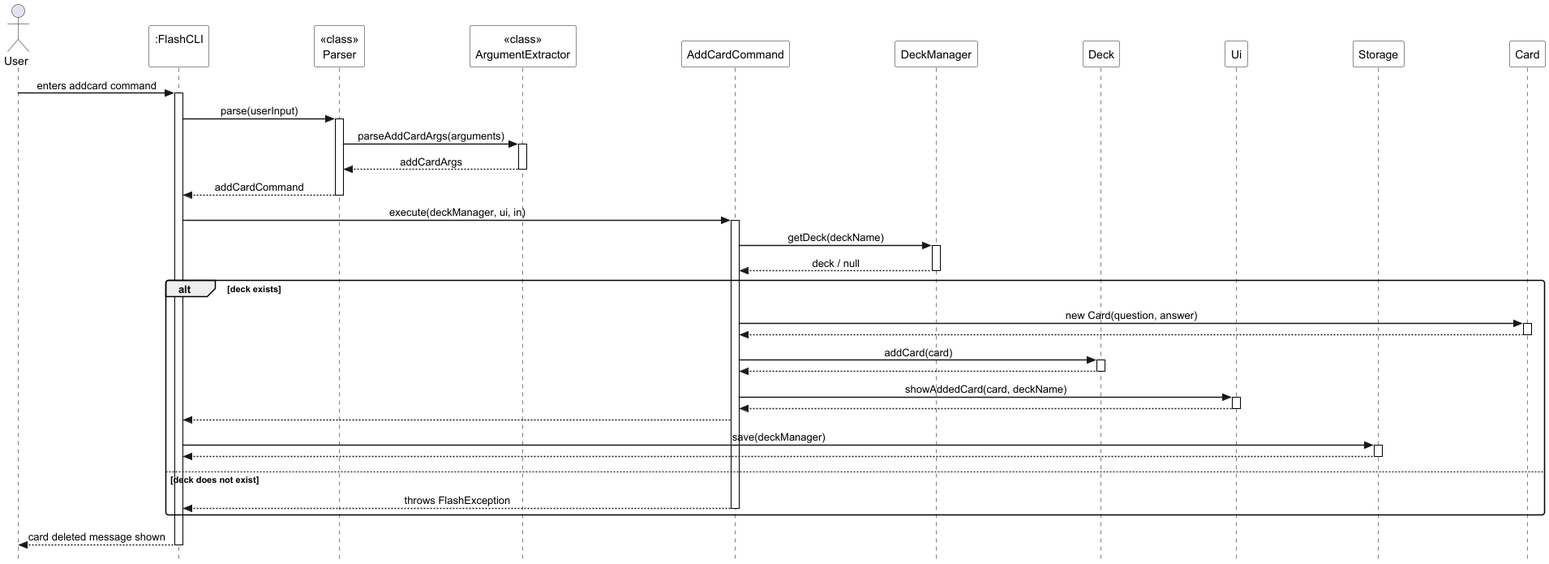
Earlier version of the PlantUML export docs/diagrams/add_card_sequence.png (Advait-B/tp). Source of this version:
```plantuml
@startuml add_card_sequence_diagram
!pragma teoz true
hide footbox
skinparam sequenceMessageAlign center
skinparam ParticipantPadding 60
skinparam style strictuml
skinparam SequenceGroupBodyBackgroundColor transparent
skinparam SequenceReferenceBackgroundColor white
skinparam SequenceBoxBackgroundColor transparent
skinparam sequenceParticipantBackgroundColor white
skinparam sequenceLifeLineBorderColor black
skinparam sequenceArrowThickness 1.5
skinparam roundcorner 5

actor User
participant ":FlashCLI\n" as FlashCLI
participant "<<class>>\nParser" as Parser
participant "<<class>>\nArgumentExtractor" as ArgumentExtractor
participant "AddCardCommand" as AddCardCommand
participant "DeckManager" as DeckManager
participant "Deck" as Deck
participant "Ui" as Ui
participant "Storage" as Storage
participant "Card" as Card

User -> FlashCLI : enters addcard command
activate FlashCLI
FlashCLI -> Parser : parse(userInput)
activate Parser

Parser -> ArgumentExtractor : parseAddCardArgs(arguments)
activate ArgumentExtractor
ArgumentExtractor --> Parser : addCardArgs
deactivate ArgumentExtractor

Parser --> FlashCLI : addCardCommand
deactivate Parser

FlashCLI -> AddCardCommand : execute(deckManager, ui, in)
activate AddCardCommand

AddCardCommand -> DeckManager : getDeck(deckName)
activate DeckManager
DeckManager --> AddCardCommand : deck / null
deactivate DeckManager

alt deck exists
    AddCardCommand -> Card : new Card(question, answer)
    activate Card
    Card --> AddCardCommand
    deactivate Card

    AddCardCommand -> Deck : addCard(card)
    activate Deck
    Deck --> AddCardCommand
    deactivate Deck

    AddCardCommand -> Ui : showAddedCard(card, deckName)
    activate Ui
    Ui --> AddCardCommand
    deactivate Ui

    AddCardCommand --> FlashCLI

    FlashCLI -> Storage : save(deckManager)
    activate Storage
    Storage --> FlashCLI
    deactivate Storage

else deck does not exist
    AddCardCommand --> FlashCLI : throws FlashException
    deactivate AddCardCommand
end
FlashCLI --> User : card deleted message shown
deactivate FlashCLI
@enduml
```
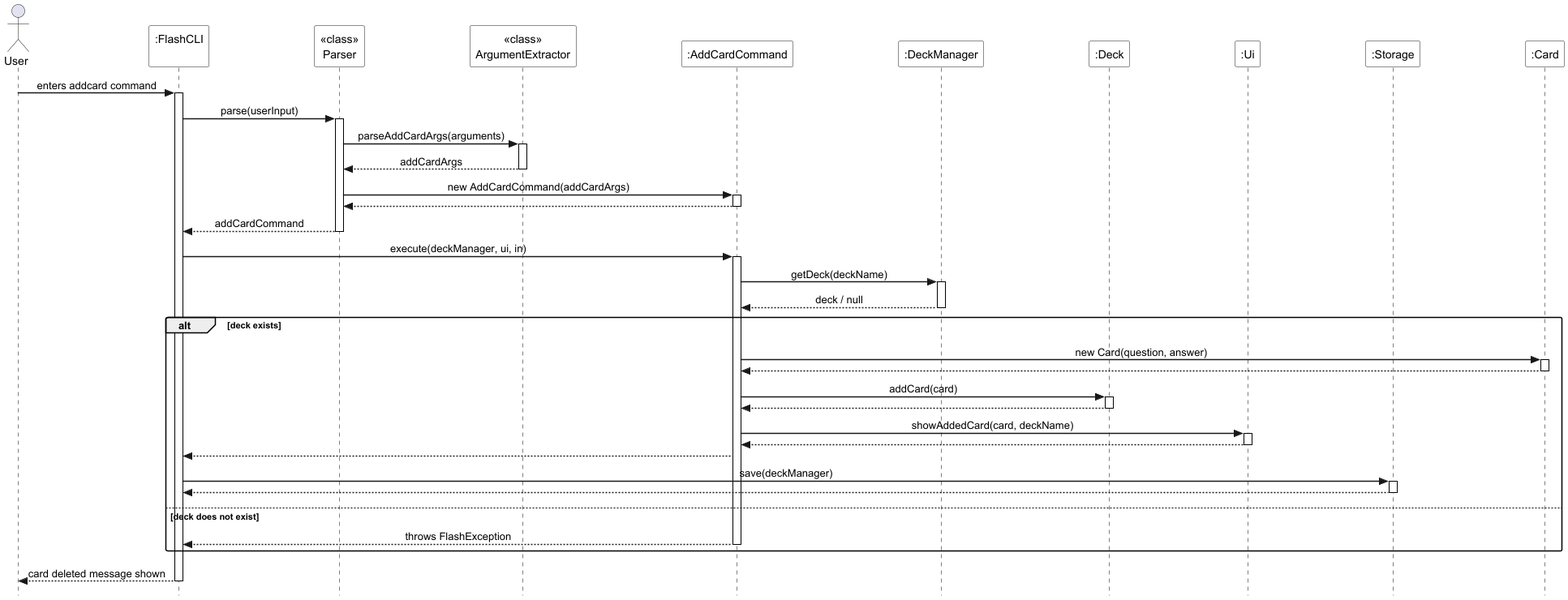
Later version of the same file.

Commit message:
Fix errors in Add Card sequence diagram

Correct participant name formatting to use :className convention.
Add constructor calls with return arrows for AddCardCommand and Card creation.

Change to the diagram source:
```diff
@@ -16,12 +16,12 @@
 participant ":FlashCLI\n" as FlashCLI
 participant "<<class>>\nParser" as Parser
 participant "<<class>>\nArgumentExtractor" as ArgumentExtractor
-participant "AddCardCommand" as AddCardCommand
-participant "DeckManager" as DeckManager
-participant "Deck" as Deck
-participant "Ui" as Ui
-participant "Storage" as Storage
-participant "Card" as Card
+participant ":AddCardCommand" as AddCardCommand
+participant ":DeckManager" as DeckManager
+participant ":Deck" as Deck
+participant ":Ui" as Ui
+participant ":Storage" as Storage
+participant ":Card" as Card
 
 User -> FlashCLI : enters addcard command
 activate FlashCLI
@@ -32,6 +32,11 @@
 activate ArgumentExtractor
 ArgumentExtractor --> Parser : addCardArgs
 deactivate ArgumentExtractor
+
+Parser -> AddCardCommand : new AddCardCommand(addCardArgs)
+activate AddCardCommand
+AddCardCommand --> Parser
+deactivate AddCardCommand
 
 Parser --> FlashCLI : addCardCommand
 deactivate Parser
```
